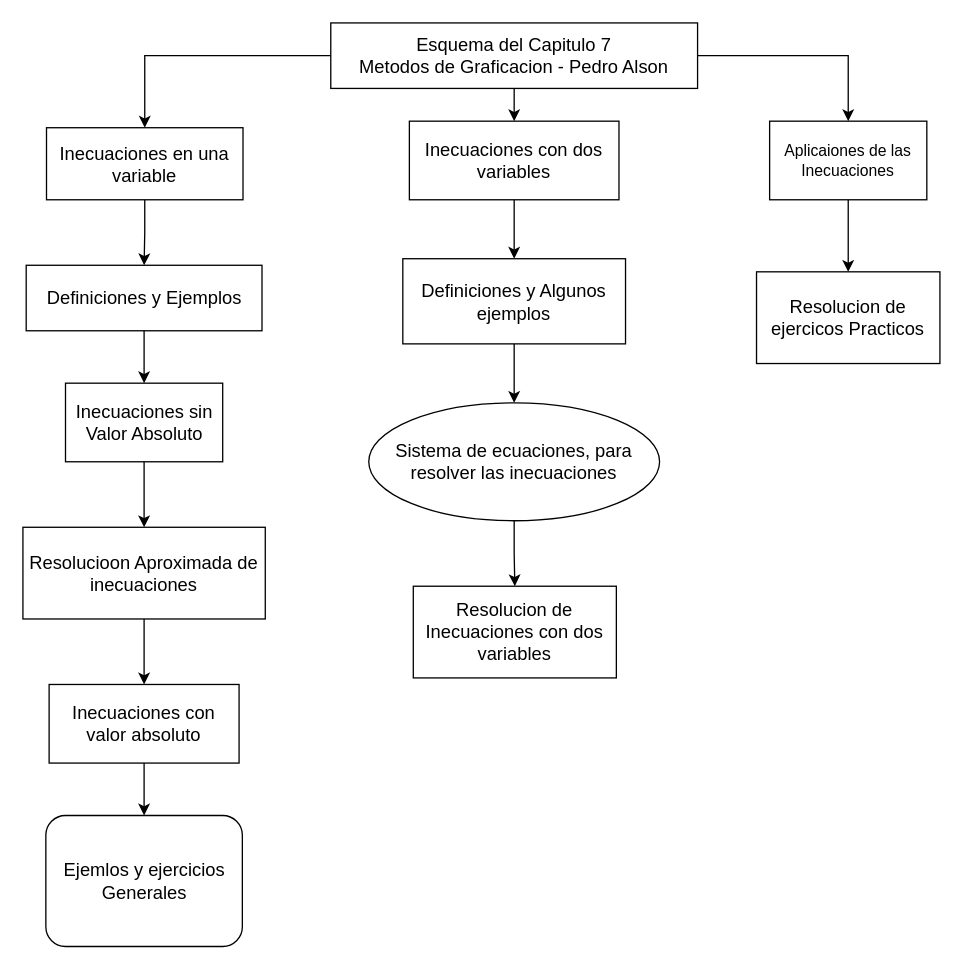
This is Untitled Diagram.drawio from LuisGP1316/project-Alpha01, a draw.io file, before an edit. Source tidied: cells renumbered, new cells numbered last; positions are measured from the earlier drawing's top-left corner, leaving out a move shared by most shapes. Both pictures are drawn from the tidied source at 131%, with x=0, y=0 at pixel (22, 22).
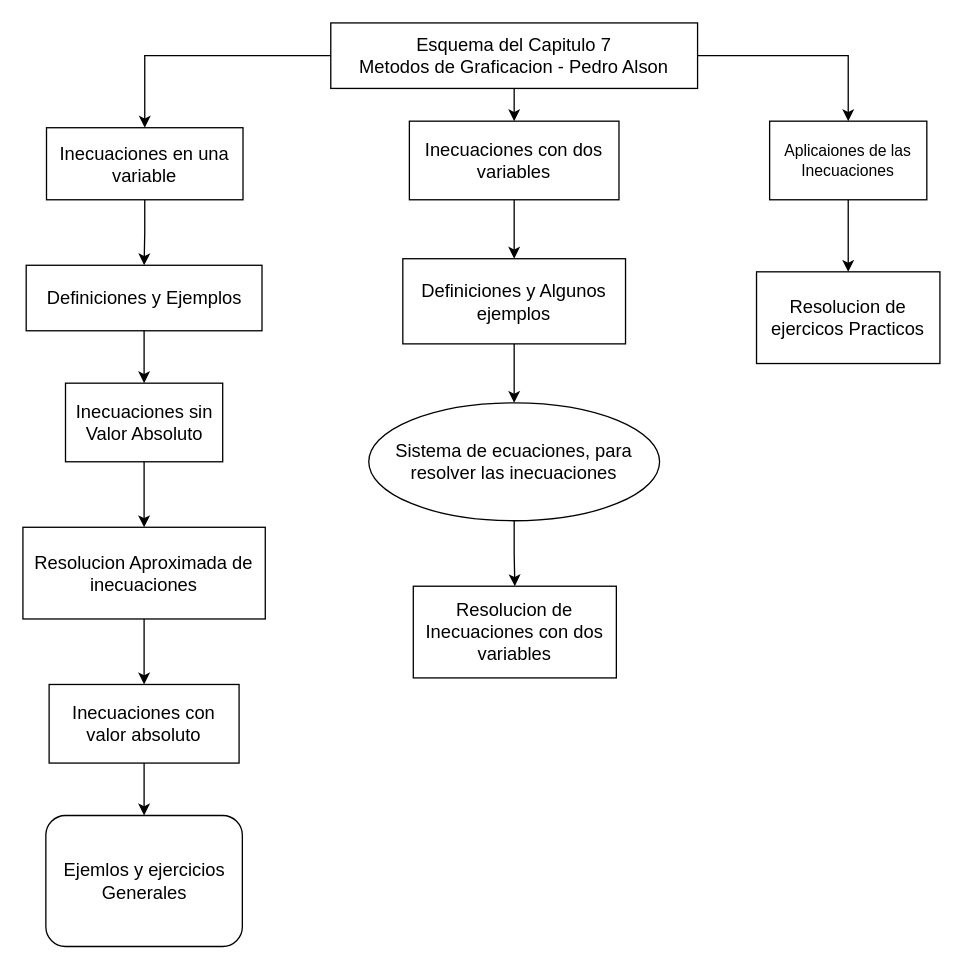
Above is the later version.

Commit message:
Esquematizacion_MOL2

What changed in the source:
```diff
@@
-    <mxCell id="9" value="&lt;font style=&quot;font-size: 14px;&quot;&gt;Resolucioon Aproximada de inecuaciones&lt;/font&gt;" style="rounded=0;whiteSpace=wrap;html=1;" parent="1" vertex="1">
+    <mxCell id="9" value="&lt;font style=&quot;font-size: 14px;&quot;&gt;Resolucion Aproximada de inecuaciones&lt;/font&gt;" style="rounded=0;whiteSpace=wrap;html=1;" parent="1" vertex="1">
       <mxGeometry y="385" width="185" height="70" as="geometry" />
     </mxCell>
```
